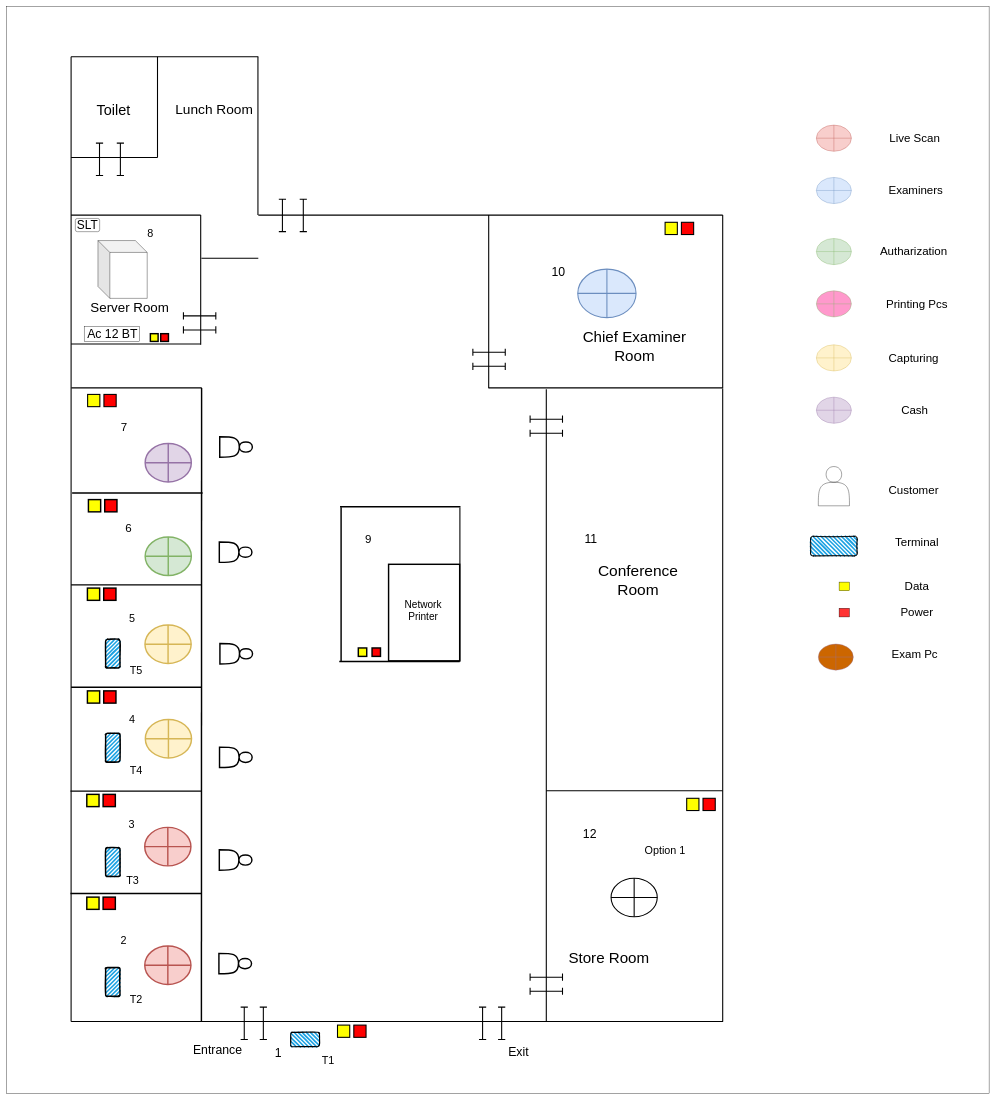
thushan-harshajeewa/dmt-diagrams keeps this draw.io diagram as mullaitivu.drawio. Above is the earlier version. Source tidied: cells renumbered, new cells numbered last; positions are measured from the earlier drawing's top-left corner, leaving out a move shared by most shapes. Both pictures are drawn from the tidied source at 36%, with x=0, y=0 at pixel (6, 6).
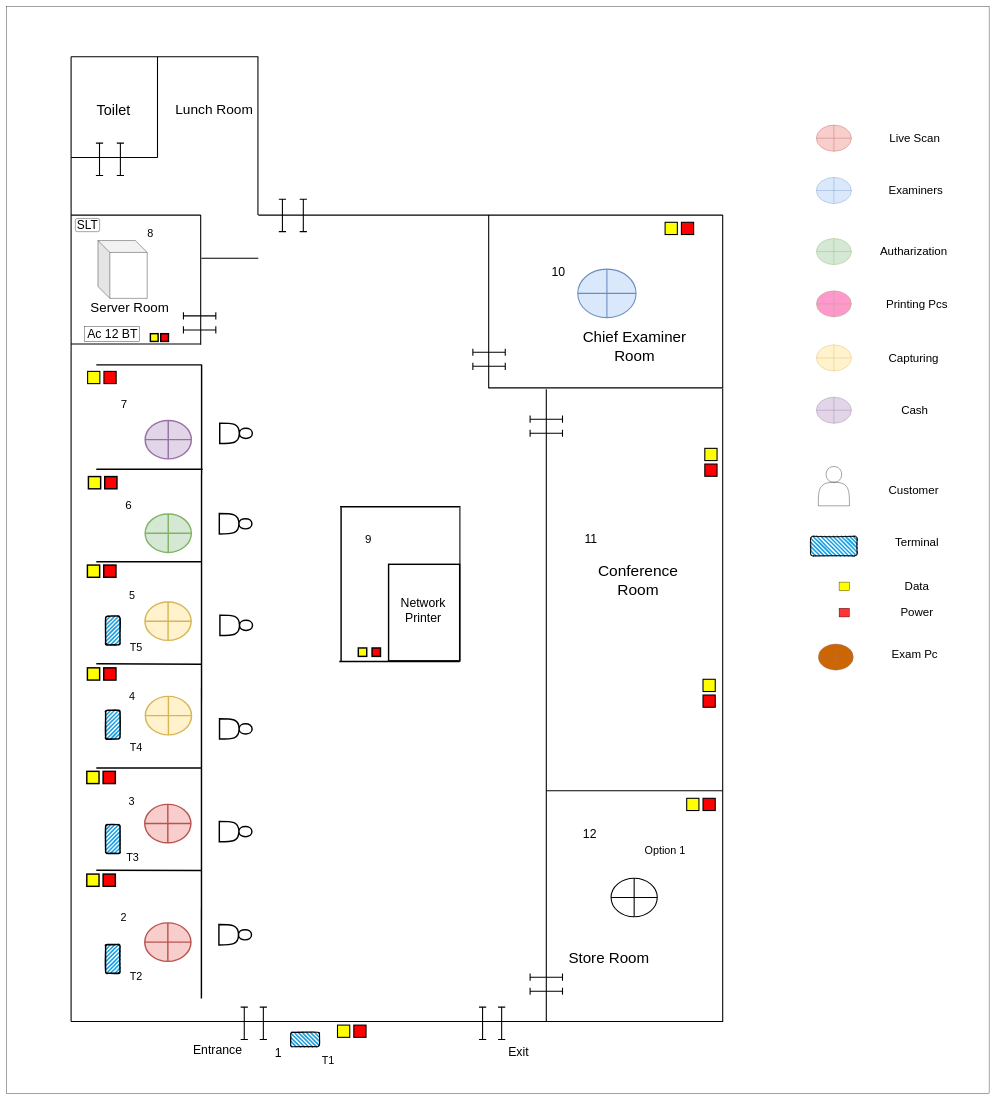
The same page after the edit.

What changed in the source:
```diff
@@
     <mxCell id="14" style="endArrow=none;html=1;strokeWidth=4;" parent="1" edge="1">
       <mxGeometry relative="1" as="geometry">
-        <mxPoint x="542" y="2820" as="sourcePoint" />
-        <mxPoint x="542.5" y="1060" as="targetPoint" />
+        <mxPoint x="542" y="2756" as="sourcePoint" />
+        <mxPoint x="542.5" y="996" as="targetPoint" />
       </mxGeometry>
     </mxCell>
     <mxCell id="15" style="endArrow=none;html=1;strokeWidth=4;" parent="1" edge="1">
       <mxGeometry relative="1" as="geometry">
-        <mxPoint x="180" y="1891.4" as="sourcePoint" />
-        <mxPoint x="542.5" y="1891.4" as="targetPoint" />
+        <mxPoint x="250" y="1826" as="sourcePoint" />
+        <mxPoint x="542.5" y="1827.4" as="targetPoint" />
       </mxGeometry>
     </mxCell>
     <mxCell id="16" style="endArrow=none;html=1;strokeWidth=4;" parent="1" edge="1">
       <mxGeometry relative="1" as="geometry">
-        <mxPoint x="180" y="1607.1" as="sourcePoint" />
-        <mxPoint x="542.5" y="1607.1" as="targetPoint" />
+        <mxPoint x="250" y="1543" as="sourcePoint" />
+        <mxPoint x="542.5" y="1543.1" as="targetPoint" />
       </mxGeometry>
     </mxCell>
     <mxCell id="17" style="rounded=0;whiteSpace=wrap;html=1;fillColor=#FFFF00;strokeWidth=4;" parent="1" vertex="1">
-      <mxGeometry x="225.3" y="1616.1" width="34" height="34" as="geometry" />
+      <mxGeometry x="225.3" y="1552.1" width="34" height="34" as="geometry" />
     </mxCell>
     <mxCell id="18" style="rounded=0;whiteSpace=wrap;html=1;fillColor=#FF0000;strokeWidth=4;" parent="1" vertex="1">
-      <mxGeometry x="270.6" y="1616.1" width="34" height="34" as="geometry" />
+      <mxGeometry x="270.6" y="1552.1" width="34" height="34" as="geometry" />
     </mxCell>
     <mxCell id="19" style="rounded=0;whiteSpace=wrap;html=1;fillColor=#FFFF00;strokeWidth=4;" parent="1" vertex="1">
-      <mxGeometry x="225.3" y="1901.6" width="34" height="34" as="geometry" />
+      <mxGeometry x="225.3" y="1837.6" width="34" height="34" as="geometry" />
     </mxCell>
     <mxCell id="20" style="rounded=0;whiteSpace=wrap;html=1;fillColor=#FF0000;strokeWidth=4;" parent="1" vertex="1">
-      <mxGeometry x="270.6" y="1901.6" width="34" height="34" as="geometry" />
+      <mxGeometry x="270.6" y="1837.6" width="34" height="34" as="geometry" />
     </mxCell>
     <mxCell id="21" style="shape=actor;whiteSpace=wrap;html=1;direction=south;strokeWidth=4;" parent="1" vertex="1">
-      <mxGeometry x="593.4" y="1770.2" width="90.6" height="56.6" as="geometry" />
+      <mxGeometry x="593.4" y="1691.2" width="90.6" height="56.6" as="geometry" />
     </mxCell>
     <mxCell id="22" style="shape=actor;whiteSpace=wrap;html=1;direction=south;strokeWidth=4;" parent="1" vertex="1">
-      <mxGeometry x="592.3" y="2057.9" width="90.6" height="56.6" as="geometry" />
+      <mxGeometry x="592.3" y="1978.9" width="90.6" height="56.6" as="geometry" />
     </mxCell>
     <mxCell id="23" value="&lt;font style=&quot;font-size: 30px;&quot;&gt;5&lt;/font&gt;" style="text;html=1;align=center;verticalAlign=middle;whiteSpace=wrap;rounded=0;strokeWidth=4;" parent="1" vertex="1">
-      <mxGeometry x="315.9" y="1682.5" width="68" height="34" as="geometry" />
+      <mxGeometry x="315.9" y="1618.5" width="68" height="34" as="geometry" />
     </mxCell>
     <mxCell id="24" value="&lt;font style=&quot;font-size: 30px;&quot;&gt;4&lt;/font&gt;" style="text;html=1;align=center;verticalAlign=middle;whiteSpace=wrap;rounded=0;strokeWidth=4;" parent="1" vertex="1">
-      <mxGeometry x="315.9" y="1964" width="68" height="34" as="geometry" />
+      <mxGeometry x="315.9" y="1900" width="68" height="34" as="geometry" />
     </mxCell>
     <mxCell id="25" style="endArrow=none;html=1;strokeWidth=4;" parent="1" edge="1">
       <mxGeometry relative="1" as="geometry">
-        <mxPoint x="182.8" y="1352.2" as="sourcePoint" />
-        <mxPoint x="545.3" y="1352.2" as="targetPoint" />
+        <mxPoint x="250" y="1286" as="sourcePoint" />
+        <mxPoint x="545.3" y="1286.2" as="targetPoint" />
       </mxGeometry>
     </mxCell>
     <mxCell id="26" style="rounded=0;whiteSpace=wrap;html=1;fillColor=#FFFF00;strokeWidth=4;" parent="1" vertex="1">
-      <mxGeometry x="228.1" y="1370.3" width="34" height="34" as="geometry" />
+      <mxGeometry x="228.1" y="1306.3" width="34" height="34" as="geometry" />
     </mxCell>
     <mxCell id="27" style="rounded=0;whiteSpace=wrap;html=1;fillColor=#FF0000;strokeWidth=4;" parent="1" vertex="1">
-      <mxGeometry x="273.4" y="1370.3" width="34" height="34" as="geometry" />
+      <mxGeometry x="273.4" y="1306.3" width="34" height="34" as="geometry" />
     </mxCell>
     <mxCell id="28" style="shape=actor;whiteSpace=wrap;html=1;direction=south;strokeWidth=4;" parent="1" vertex="1">
-      <mxGeometry x="591.7" y="1488.1" width="90.6" height="56.6" as="geometry" />
+      <mxGeometry x="591.7" y="1409.1" width="90.6" height="56.6" as="geometry" />
     </mxCell>
     <mxCell id="29" value="&lt;span style=&quot;font-size: 32px;&quot;&gt;6&lt;/span&gt;" style="text;html=1;align=center;verticalAlign=middle;whiteSpace=wrap;rounded=0;strokeWidth=4;" parent="1" vertex="1">
-      <mxGeometry x="306.3" y="1431.5" width="68" height="34" as="geometry" />
+      <mxGeometry x="306.3" y="1367.5" width="68" height="34" as="geometry" />
     </mxCell>
     <mxCell id="30" style="endArrow=none;html=1;strokeWidth=3;" parent="1" edge="1">
       <mxGeometry relative="1" as="geometry">
-        <mxPoint x="180.6" y="1060" as="sourcePoint" />
-        <mxPoint x="543" y="1060" as="targetPoint" />
+        <mxPoint x="250" y="996" as="sourcePoint" />
+        <mxPoint x="543" y="996" as="targetPoint" />
       </mxGeometry>
     </mxCell>
     <mxCell id="31" style="rounded=0;whiteSpace=wrap;html=1;fillColor=#FFFF00;strokeWidth=3;" parent="1" vertex="1">
-      <mxGeometry x="225.9" y="1078.1" width="34" height="34" as="geometry" />
+      <mxGeometry x="225.9" y="1014.1" width="34" height="34" as="geometry" />
     </mxCell>
     <mxCell id="32" style="rounded=0;whiteSpace=wrap;html=1;fillColor=#FF0000;strokeWidth=3;" parent="1" vertex="1">
-      <mxGeometry x="271.2" y="1078.1" width="34" height="34" as="geometry" />
+      <mxGeometry x="271.2" y="1014.1" width="34" height="34" as="geometry" />
     </mxCell>
     <mxCell id="33" style="shape=actor;whiteSpace=wrap;html=1;direction=south;strokeWidth=4;" parent="1" vertex="1">
-      <mxGeometry x="592.9" y="1195.9" width="90.6" height="56.6" as="geometry" />
+      <mxGeometry x="592.9" y="1157.9" width="90.6" height="56.6" as="geometry" />
     </mxCell>
     <mxCell id="34" value="&lt;font style=&quot;font-size: 32px;&quot;&gt;7&lt;/font&gt;" style="text;html=1;align=center;verticalAlign=middle;whiteSpace=wrap;rounded=0;strokeWidth=4;" parent="1" vertex="1">
-      <mxGeometry x="293.3" y="1151.9" width="68" height="34" as="geometry" />
+      <mxGeometry x="293.3" y="1087.9" width="68" height="34" as="geometry" />
     </mxCell>
     <mxCell id="35" style="endArrow=none;html=1;strokeWidth=4;" parent="1" edge="1">
       <mxGeometry relative="1" as="geometry">
-        <mxPoint x="178.3" y="2464.3" as="sourcePoint" />
-        <mxPoint x="540.8" y="2464.3" as="targetPoint" />
+        <mxPoint x="250" y="2400" as="sourcePoint" />
+        <mxPoint x="540.8" y="2400.3" as="targetPoint" />
       </mxGeometry>
     </mxCell>
     <mxCell id="36" style="endArrow=none;html=1;strokeWidth=4;" parent="1" edge="1">
       <mxGeometry relative="1" as="geometry">
-        <mxPoint x="178.3" y="2180" as="sourcePoint" />
-        <mxPoint x="540.8" y="2180" as="targetPoint" />
+        <mxPoint x="250" y="2116" as="sourcePoint" />
+        <mxPoint x="540.8" y="2116" as="targetPoint" />
       </mxGeometry>
     </mxCell>
     <mxCell id="37" style="rounded=0;whiteSpace=wrap;html=1;fillColor=#FFFF00;strokeWidth=4;" parent="1" vertex="1">
-      <mxGeometry x="223.6" y="2189.1" width="34" height="34" as="geometry" />
+      <mxGeometry x="223.6" y="2125.1" width="34" height="34" as="geometry" />
     </mxCell>
     <mxCell id="38" style="rounded=0;whiteSpace=wrap;html=1;fillColor=#FF0000;strokeWidth=4;" parent="1" vertex="1">
-      <mxGeometry x="268.9" y="2189.1" width="34" height="34" as="geometry" />
+      <mxGeometry x="268.9" y="2125.1" width="34" height="34" as="geometry" />
     </mxCell>
     <mxCell id="39" style="rounded=0;whiteSpace=wrap;html=1;fillColor=#FFFF00;strokeWidth=4;" parent="1" vertex="1">
-      <mxGeometry x="223.6" y="2474.5" width="34" height="34" as="geometry" />
+      <mxGeometry x="223.6" y="2410.5" width="34" height="34" as="geometry" />
     </mxCell>
     <mxCell id="40" style="rounded=0;whiteSpace=wrap;html=1;fillColor=#FF0000;strokeWidth=4;" parent="1" vertex="1">
-      <mxGeometry x="268.9" y="2474.5" width="34" height="34" as="geometry" />
+      <mxGeometry x="268.9" y="2410.5" width="34" height="34" as="geometry" />
     </mxCell>
     <mxCell id="41" style="shape=actor;whiteSpace=wrap;html=1;direction=south;strokeWidth=4;" parent="1" vertex="1">
-      <mxGeometry x="591.7" y="2343.1" width="90.6" height="56.6" as="geometry" />
+      <mxGeometry x="591.7" y="2264.1" width="90.6" height="56.6" as="geometry" />
     </mxCell>
     <mxCell id="42" style="shape=actor;whiteSpace=wrap;html=1;direction=south;strokeWidth=4;" parent="1" vertex="1">
-      <mxGeometry x="590.6" y="2630.8" width="90.6" height="56.6" as="geometry" />
+      <mxGeometry x="590.6" y="2550.8" width="90.6" height="56.6" as="geometry" />
     </mxCell>
     <mxCell id="43" value="&lt;font style=&quot;font-size: 30px;&quot;&gt;3&lt;/font&gt;" style="text;html=1;align=center;verticalAlign=middle;whiteSpace=wrap;rounded=0;strokeWidth=4;" parent="1" vertex="1">
-      <mxGeometry x="314.2" y="2254.5" width="68" height="34" as="geometry" />
+      <mxGeometry x="314.2" y="2190.5" width="68" height="34" as="geometry" />
     </mxCell>
     <mxCell id="44" value="&lt;font style=&quot;font-size: 30px;&quot;&gt;2&lt;/font&gt;" style="text;html=1;align=center;verticalAlign=middle;whiteSpace=wrap;rounded=0;strokeWidth=4;" parent="1" vertex="1">
-      <mxGeometry x="292.2" y="2576" width="68" height="34" as="geometry" />
+      <mxGeometry x="292.2" y="2512" width="68" height="34" as="geometry" />
     </mxCell>
     <mxCell id="45" style="rounded=1;whiteSpace=wrap;html=1;strokeWidth=4;fillWeight=4;hachureGap=8;hachureAngle=45;fillColor=#1ba1e2;sketch=1;direction=south;" parent="1" vertex="1">
-      <mxGeometry x="275.9" y="2670" width="40" height="80" as="geometry" />
+      <mxGeometry x="275.9" y="2606" width="40" height="80" as="geometry" />
     </mxCell>
     <mxCell id="46" style="rounded=1;whiteSpace=wrap;html=1;strokeWidth=4;fillWeight=4;hachureGap=8;hachureAngle=45;fillColor=#1ba1e2;sketch=1;direction=south;" parent="1" vertex="1">
-      <mxGeometry x="275.9" y="2337.1" width="40" height="80" as="geometry" />
+      <mxGeometry x="275.9" y="2273.1" width="40" height="80" as="geometry" />
     </mxCell>
     <mxCell id="47" style="rounded=1;whiteSpace=wrap;html=1;strokeWidth=4;fillWeight=4;hachureGap=8;hachureAngle=45;fillColor=#1ba1e2;sketch=1;direction=south;" parent="1" vertex="1">
-      <mxGeometry x="275.9" y="2019.2" width="40" height="80" as="geometry" />
+      <mxGeometry x="275.9" y="1955.2" width="40" height="80" as="geometry" />
     </mxCell>
     <mxCell id="48" style="rounded=1;whiteSpace=wrap;html=1;strokeWidth=4;fillWeight=4;hachureGap=8;hachureAngle=45;fillColor=#1ba1e2;sketch=1;direction=south;" parent="1" vertex="1">
-      <mxGeometry x="275.9" y="1757.8" width="40" height="80" as="geometry" />
+      <mxGeometry x="275.9" y="1693.8" width="40" height="80" as="geometry" />
     </mxCell>
@@
     <mxCell id="79" style="group;" parent="1" vertex="1">
-      <mxGeometry x="384.5" y="1214.3" width="130" height="1439.7" as="geometry" />
+      <mxGeometry x="384.5" y="1150.3" width="130" height="1439.7" as="geometry" />
     </mxCell>
@@
-    <mxCell id="89" value="&lt;font style=&quot;font-size: 28px;&quot;&gt;Network Printer&lt;/font&gt;" style="text;html=1;align=center;verticalAlign=middle;whiteSpace=wrap;rounded=0;strokeWidth=4;" parent="1" vertex="1">
+    <mxCell id="89" value="&lt;font style=&quot;font-size: 34px;&quot;&gt;Network Printer&lt;/font&gt;" style="text;html=1;align=center;verticalAlign=middle;whiteSpace=wrap;rounded=0;strokeWidth=4;" parent="1" vertex="1">
       <mxGeometry x="1088.2" y="1663.6" width="140.1" height="28.7" as="geometry" />
     </mxCell>
@@
     <mxCell id="101" value="&lt;font style=&quot;font-size: 30px;&quot;&gt;T2&lt;/font&gt;" style="text;html=1;align=center;verticalAlign=middle;whiteSpace=wrap;rounded=0;strokeWidth=4;" parent="1" vertex="1">
-      <mxGeometry x="326.9" y="2740" width="68" height="34" as="geometry" />
+      <mxGeometry x="326.9" y="2676" width="68" height="34" as="geometry" />
     </mxCell>
     <mxCell id="102" value="&lt;font style=&quot;font-size: 30px;&quot;&gt;T3&lt;/font&gt;" style="text;html=1;align=center;verticalAlign=middle;whiteSpace=wrap;rounded=0;strokeWidth=4;" parent="1" vertex="1">
-      <mxGeometry x="316.6" y="2410" width="68" height="34" as="geometry" />
+      <mxGeometry x="316.6" y="2346" width="68" height="34" as="geometry" />
     </mxCell>
     <mxCell id="103" value="&lt;font style=&quot;font-size: 30px;&quot;&gt;T4&lt;/font&gt;" style="text;html=1;align=center;verticalAlign=middle;whiteSpace=wrap;rounded=0;strokeWidth=4;" parent="1" vertex="1">
-      <mxGeometry x="326.9" y="2106" width="68" height="34" as="geometry" />
+      <mxGeometry x="326.9" y="2042" width="68" height="34" as="geometry" />
     </mxCell>
     <mxCell id="104" value="&lt;font style=&quot;font-size: 30px;&quot;&gt;T5&lt;/font&gt;" style="text;html=1;align=center;verticalAlign=middle;whiteSpace=wrap;rounded=0;strokeWidth=4;" parent="1" vertex="1">
-      <mxGeometry x="326.9" y="1826.8" width="68" height="34" as="geometry" />
+      <mxGeometry x="326.9" y="1762.8" width="68" height="34" as="geometry" />
     </mxCell>
@@
+    <mxCell id="145" style="rounded=0;whiteSpace=wrap;html=1;fillColor=#FFFF00;strokeWidth=3;" parent="1" vertex="1">
+      <mxGeometry x="1940.3" y="1227.9" width="34" height="34" as="geometry" />
+    </mxCell>
+    <mxCell id="146" style="rounded=0;whiteSpace=wrap;html=1;fillColor=#FF0000;strokeWidth=3;" parent="1" vertex="1">
+      <mxGeometry x="1940.3" y="1271.5" width="34" height="34" as="geometry" />
+    </mxCell>
+    <mxCell id="147" style="rounded=0;whiteSpace=wrap;html=1;fillColor=#FFFF00;strokeWidth=3;" parent="1" vertex="1">
+      <mxGeometry x="1935.3" y="1869.4" width="34" height="34" as="geometry" />
+    </mxCell>
+    <mxCell id="148" style="rounded=0;whiteSpace=wrap;html=1;fillColor=#FF0000;strokeWidth=3;" parent="1" vertex="1">
+      <mxGeometry x="1935.3" y="1913.1" width="34" height="34" as="geometry" />
+    </mxCell>
```
